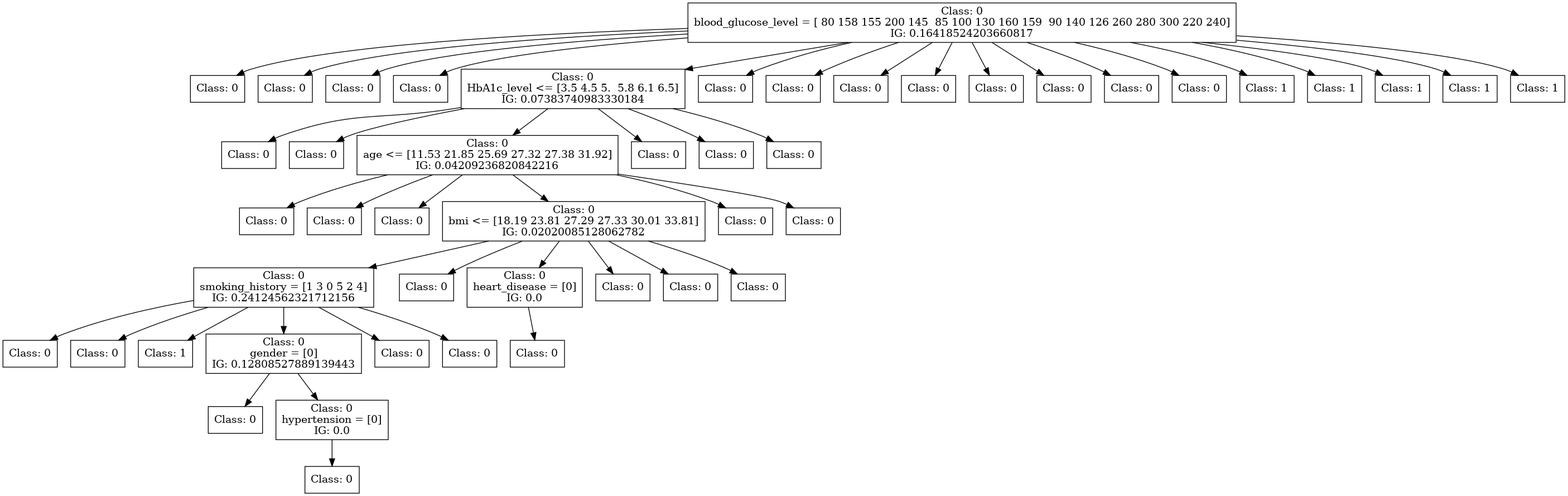
Before: dot_figs/tree-id3-diabetes.png, a diagram exported from Graphviz (FedericoBruzzone/anti-money-laundering). Its source is kept beside it as dot_figs/tree-id3-diabetes.dot.
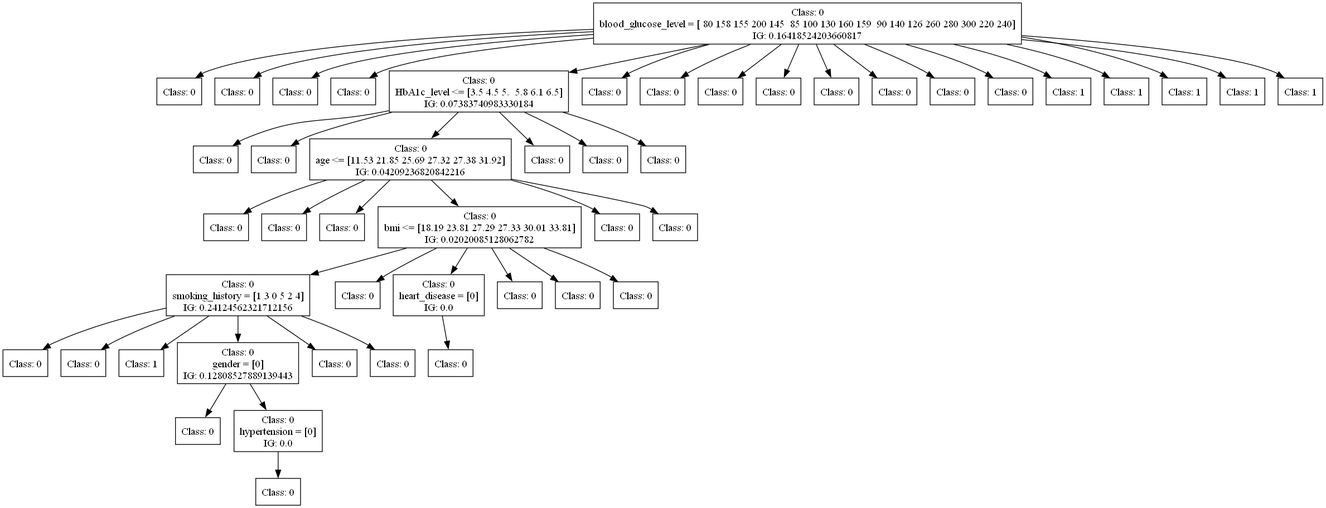
After the change.

Change to the diagram source:
```diff
@@ -1,152 +1,152 @@
 digraph DecisionTree {
 	rankdir=TD;
 	node [shape=box];
-	139988800809728 [label="Class: 0
+	1472321838944 [label="Class: 0
 blood_glucose_level = [ 80 158 155 200 145  85 100 130 160 159  90 140 126 260 280 300 220 240]
 IG: 0.16418524203660817"];
-	139987073587120 [label="Class: 0
+	1472384834080 [label="Class: 0
 "];
-	139988800809728 -> 139987073587120;
-	139987073583568 [label="Class: 0
+	1472321838944 -> 1472384834080;
+	1472384829808 [label="Class: 0
 "];
-	139988800809728 -> 139987073583568;
-	139987073588368 [label="Class: 0
+	1472321838944 -> 1472384829808;
+	1472384833648 [label="Class: 0
 "];
-	139988800809728 -> 139987073588368;
-	139987073588512 [label="Class: 0
+	1472321838944 -> 1472384833648;
+	1472384828896 [label="Class: 0
 "];
-	139988800809728 -> 139987073588512;
-	139987073588224 [label="Class: 0
+	1472321838944 -> 1472384828896;
+	1472384828224 [label="Class: 0
 HbA1c_level <= [3.5 4.5 5.  5.8 6.1 6.5]
 IG: 0.07383740983330184"];
-	139988800809728 -> 139987073588224;
-	139987073597104 [label="Class: 0
+	1472321838944 -> 1472384828224;
+	1472331663920 [label="Class: 0
 "];
-	139987073588224 -> 139987073597104;
-	139987073590480 [label="Class: 0
+	1472384828224 -> 1472331663920;
+	1472331667040 [label="Class: 0
 "];
-	139987073588224 -> 139987073590480;
-	139987073595952 [label="Class: 0
+	1472384828224 -> 1472331667040;
+	1472331664016 [label="Class: 0
 age <= [11.53 21.85 25.69 27.32 27.38 31.92]
 IG: 0.04209236820842216"];
-	139987073588224 -> 139987073595952;
-	139987070035056 [label="Class: 0
+	1472384828224 -> 1472331664016;
+	1472331665456 [label="Class: 0
 "];
-	139987073595952 -> 139987070035056;
-	139987070030352 [label="Class: 0
+	1472331664016 -> 1472331665456;
+	1472331668864 [label="Class: 0
 "];
-	139987073595952 -> 139987070030352;
-	139987070034912 [label="Class: 0
+	1472331664016 -> 1472331668864;
+	1472331668000 [label="Class: 0
 "];
-	139987073595952 -> 139987070034912;
-	139987070034768 [label="Class: 0
+	1472331664016 -> 1472331668000;
+	1472331668192 [label="Class: 0
 bmi <= [18.19 23.81 27.29 27.33 30.01 33.81]
 IG: 0.02020085128062782"];
-	139987073595952 -> 139987070034768;
-	139987070039904 [label="Class: 0
+	1472331664016 -> 1472331668192;
+	1472331668576 [label="Class: 0
 smoking_history = [1 3 0 5 2 4]
 IG: 0.24124562321712156"];
-	139987070034768 -> 139987070039904;
-	139987070039376 [label="Class: 0
+	1472331668192 -> 1472331668576;
+	1472331670112 [label="Class: 0
 "];
-	139987070039904 -> 139987070039376;
-	139987070039424 [label="Class: 0
+	1472331668576 -> 1472331670112;
+	1472331670736 [label="Class: 0
 "];
-	139987070039904 -> 139987070039424;
-	139987070040768 [label="Class: 1
+	1472331668576 -> 1472331670736;
+	1472331666704 [label="Class: 1
 "];
-	139987070039904 -> 139987070040768;
-	139987070038944 [label="Class: 0
+	1472331668576 -> 1472331666704;
+	1472331667568 [label="Class: 0
 gender = [0]
 IG: 0.12808527889139443"];
-	139987070039904 -> 139987070038944;
-	139987070291104 [label="Class: 0
+	1472331668576 -> 1472331667568;
+	1472331665744 [label="Class: 0
 "];
-	139987070038944 -> 139987070291104;
-	139987070291392 [label="Class: 0
+	1472331667568 -> 1472331665744;
+	1472331670256 [label="Class: 0
 hypertension = [0]
 IG: 0.0"];
-	139987070038944 -> 139987070291392;
-	139987070292208 [label="Class: 0
+	1472331667568 -> 1472331670256;
+	1472331669776 [label="Class: 0
 "];
-	139987070291392 -> 139987070292208;
-	139987070036496 [label="Class: 0
+	1472331670256 -> 1472331669776;
+	1472331667952 [label="Class: 0
 "];
-	139987070039904 -> 139987070036496;
-	139987070040720 [label="Class: 0
+	1472331668576 -> 1472331667952;
+	1472331667520 [label="Class: 0
 "];
-	139987070039904 -> 139987070040720;
-	139987070039760 [label="Class: 0
+	1472331668576 -> 1472331667520;
+	1472331669296 [label="Class: 0
 "];
-	139987070034768 -> 139987070039760;
-	139987070039856 [label="Class: 0
+	1472331668192 -> 1472331669296;
+	1472331668816 [label="Class: 0
 heart_disease = [0]
 IG: 0.0"];
-	139987070034768 -> 139987070039856;
-	139987070289664 [label="Class: 0
+	1472331668192 -> 1472331668816;
+	1472331664304 [label="Class: 0
 "];
-	139987070039856 -> 139987070289664;
-	139987070037840 [label="Class: 0
+	1472331668816 -> 1472331664304;
+	1472331669008 [label="Class: 0
 "];
-	139987070034768 -> 139987070037840;
-	139987070039952 [label="Class: 0
+	1472331668192 -> 1472331669008;
+	1472331669056 [label="Class: 0
 "];
-	139987070034768 -> 139987070039952;
-	139987070040144 [label="Class: 0
+	1472331668192 -> 1472331669056;
+	1472331667328 [label="Class: 0
 "];
-	139987070034768 -> 139987070040144;
-	139987070032992 [label="Class: 0
+	1472331668192 -> 1472331667328;
+	1472331665552 [label="Class: 0
 "];
-	139987073595952 -> 139987070032992;
-	139987070035200 [label="Class: 0
+	1472331664016 -> 1472331665552;
+	1472331669632 [label="Class: 0
 "];
-	139987073595952 -> 139987070035200;
-	139987073592928 [label="Class: 0
+	1472331664016 -> 1472331669632;
+	1472331667616 [label="Class: 0
 "];
-	139987073588224 -> 139987073592928;
-	139987073594416 [label="Class: 0
+	1472384828224 -> 1472331667616;
+	1472331664160 [label="Class: 0
 "];
-	139987073588224 -> 139987073594416;
-	139987070028096 [label="Class: 0
+	1472384828224 -> 1472331664160;
+	1472331667088 [label="Class: 0
 "];
-	139987073588224 -> 139987070028096;
-	139987073582800 [label="Class: 0
+	1472384828224 -> 1472331667088;
+	1472384828560 [label="Class: 0
 "];
-	139988800809728 -> 139987073582800;
-	139987073590144 [label="Class: 0
+	1472321838944 -> 1472384828560;
+	1472384833216 [label="Class: 0
 "];
-	139988800809728 -> 139987073590144;
-	139987073588176 [label="Class: 0
+	1472321838944 -> 1472384833216;
+	1472384833696 [label="Class: 0
 "];
-	139988800809728 -> 139987073588176;
-	139987073589424 [label="Class: 0
+	1472321838944 -> 1472384833696;
+	1472384833888 [label="Class: 0
 "];
-	139988800809728 -> 139987073589424;
-	139987073583664 [label="Class: 0
+	1472321838944 -> 1472384833888;
+	1472384830144 [label="Class: 0
 "];
-	139988800809728 -> 139987073583664;
-	139987073583712 [label="Class: 0
+	1472321838944 -> 1472384830144;
+	1472384829520 [label="Class: 0
 "];
-	139988800809728 -> 139987073583712;
-	139987073584336 [label="Class: 0
+	1472321838944 -> 1472384829520;
+	1472384834176 [label="Class: 0
 "];
-	139988800809728 -> 139987073584336;
-	139987073591680 [label="Class: 0
+	1472321838944 -> 1472384834176;
+	1472384832976 [label="Class: 0
 "];
-	139988800809728 -> 139987073591680;
-	139987073591824 [label="Class: 1
+	1472321838944 -> 1472384832976;
+	1472384833504 [label="Class: 1
 "];
-	139988800809728 -> 139987073591824;
-	139987073591968 [label="Class: 1
+	1472321838944 -> 1472384833504;
+	1472384841616 [label="Class: 1
 "];
-	139988800809728 -> 139987073591968;
-	139987073592112 [label="Class: 1
+	1472321838944 -> 1472384841616;
+	1472384828272 [label="Class: 1
 "];
-	139988800809728 -> 139987073592112;
-	139987073592256 [label="Class: 1
+	1472321838944 -> 1472384828272;
+	1472384833072 [label="Class: 1
 "];
-	139988800809728 -> 139987073592256;
-	139987073592400 [label="Class: 1
+	1472321838944 -> 1472384833072;
+	1472384828416 [label="Class: 1
 "];
-	139988800809728 -> 139987073592400;
+	1472321838944 -> 1472384828416;
 }
```
